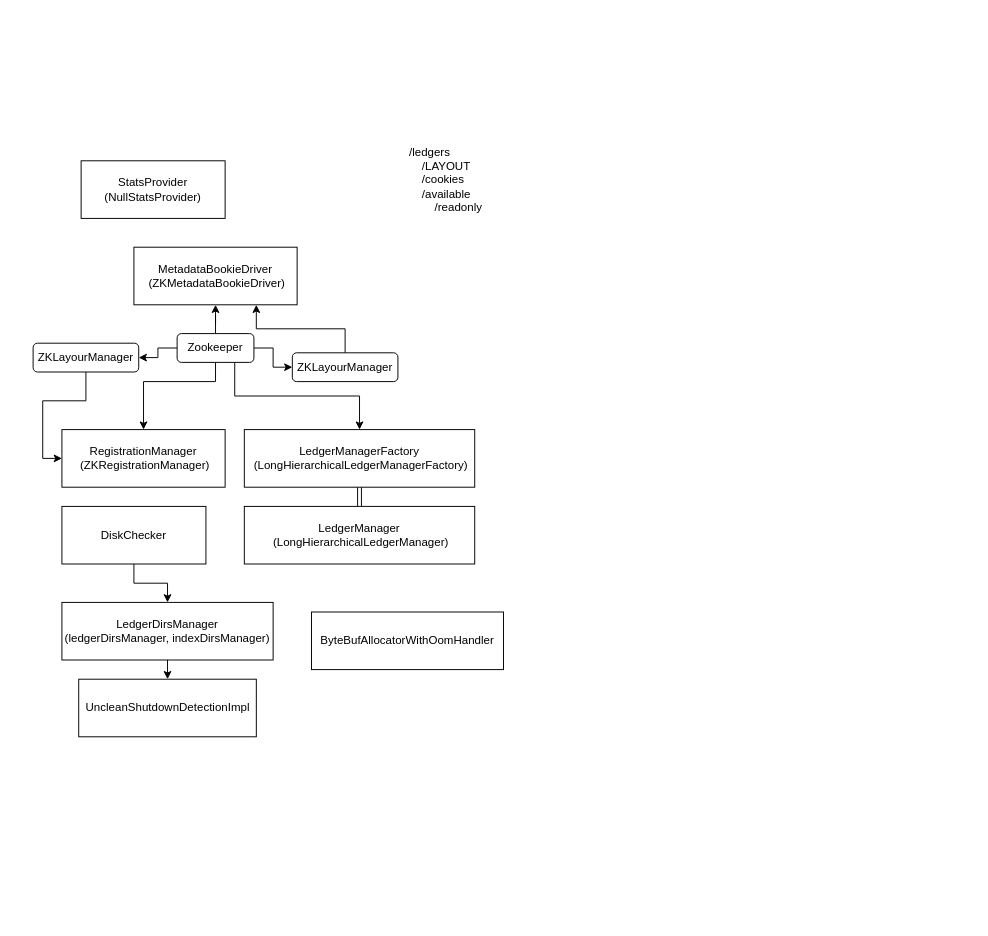
Above: BookieServer.drawio in Reidddddd/drawing (draw.io), before the change. Source tidied: cells renumbered, new cells numbered last; positions are measured from the earlier drawing's top-left corner, leaving out a move shared by most shapes. Both pictures are drawn from the tidied source at 96%, with x=0, y=0 at pixel (33, 16).
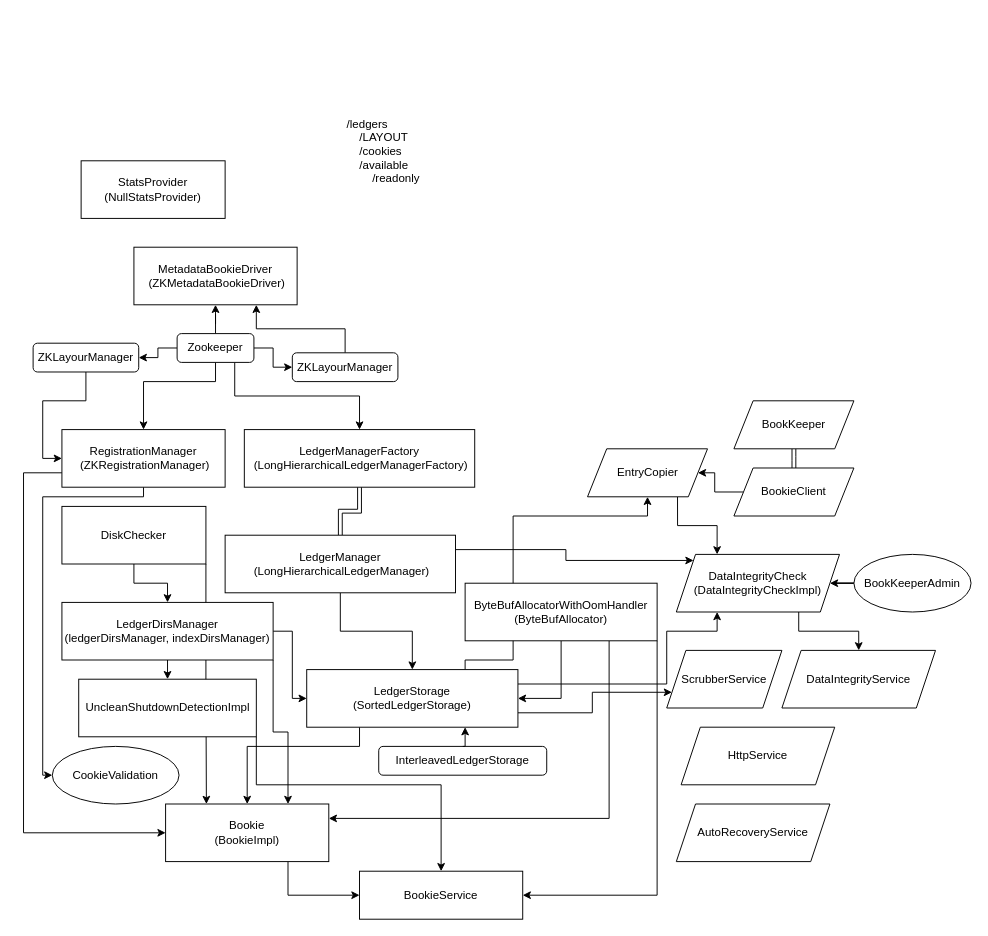
Above is the later version.

The change refers to these unchanged cells:
```xml
<mxCell id="12" value="RegistrationManager&lt;br&gt;&amp;nbsp;(ZKRegistrationManager&lt;span style=&quot;background-color: initial;&quot;&gt;)&lt;/span&gt;" style="rounded=0;whiteSpace=wrap;html=1;" parent="1" vertex="1">
  <mxGeometry x="30" y="430" width="170" height="60" as="geometry" />
</mxCell>
<mxCell id="20" value="DiskChecker" style="rounded=0;whiteSpace=wrap;html=1;" parent="1" vertex="1">
  <mxGeometry x="30" y="510" width="150" height="60" as="geometry" />
</mxCell>
<mxCell id="22" value="LedgerDirsManager&lt;br&gt;(ledgerDirsManager,&amp;nbsp;indexDirsManager&lt;span style=&quot;background-color: initial;&quot;&gt;)&lt;/span&gt;" style="rounded=0;whiteSpace=wrap;html=1;" parent="1" vertex="1">
  <mxGeometry x="30" y="610" width="220" height="60" as="geometry" />
</mxCell>
<mxCell id="24" value="UncleanShutdownDetectionImpl" style="rounded=0;whiteSpace=wrap;html=1;" parent="1" vertex="1">
  <mxGeometry x="47.5" y="690" width="185" height="60" as="geometry" />
</mxCell>
```

Diff of the diagram source:
```diff
@@
+    <mxCell id="25" style="edgeStyle=orthogonalEdgeStyle;rounded=0;jettySize=auto;html=1;exitX=0.75;exitY=1;exitDx=0;exitDy=0;entryX=0.25;entryY=0;entryDx=0;entryDy=0;" parent="1" edge="1" source="54" target="59">
+      <mxGeometry relative="1" as="geometry" />
+    </mxCell>
+    <mxCell id="26" style="edgeStyle=orthogonalEdgeStyle;rounded=0;jettySize=auto;html=1;exitX=1;exitY=0.25;exitDx=0;exitDy=0;entryX=0.25;entryY=1;entryDx=0;entryDy=0;" parent="1" edge="1" source="41" target="59">
+      <mxGeometry relative="1" as="geometry">
+        <Array as="points">
+          <mxPoint x="660" y="695" />
+          <mxPoint x="660" y="640" />
+          <mxPoint x="713" y="640" />
+        </Array>
+      </mxGeometry>
+    </mxCell>
+    <mxCell id="27" style="edgeStyle=orthogonalEdgeStyle;rounded=0;jettySize=auto;html=1;exitX=0.75;exitY=0;exitDx=0;exitDy=0;entryX=0.5;entryY=1;entryDx=0;entryDy=0;" parent="1" edge="1" source="41" target="54">
+      <mxGeometry relative="1" as="geometry">
+        <Array as="points">
+          <mxPoint x="450" y="670" />
+          <mxPoint x="500" y="670" />
+          <mxPoint x="500" y="520" />
+          <mxPoint x="640" y="520" />
+        </Array>
+      </mxGeometry>
+    </mxCell>
@@
+    <mxCell id="28" style="edgeStyle=orthogonalEdgeStyle;rounded=0;jettySize=auto;html=1;exitX=0.5;exitY=1;exitDx=0;exitDy=0;entryX=0;entryY=0.5;entryDx=0;entryDy=0;" parent="1" edge="1" source="12" target="44">
+      <mxGeometry relative="1" as="geometry">
+        <Array as="points">
+          <mxPoint x="115" y="500" />
+          <mxPoint x="10" y="500" />
+          <mxPoint x="10" y="790" />
+        </Array>
+      </mxGeometry>
+    </mxCell>
+    <mxCell id="29" style="edgeStyle=orthogonalEdgeStyle;rounded=0;jettySize=auto;html=1;exitX=0;exitY=0.75;exitDx=0;exitDy=0;entryX=0;entryY=0.5;entryDx=0;entryDy=0;" parent="1" edge="1" source="12" target="46">
+      <mxGeometry relative="1" as="geometry">
+        <Array as="points">
+          <mxPoint x="-10" y="475" />
+          <mxPoint x="-10" y="850" />
+        </Array>
+      </mxGeometry>
+    </mxCell>
@@
     <mxCell id="13" value="/ledgers&lt;br&gt;&lt;span style=&quot;&quot;&gt;&lt;span style=&quot;white-space: pre;&quot;&gt;&amp;nbsp;&amp;nbsp;&amp;nbsp;&amp;nbsp;&lt;/span&gt;&lt;/span&gt;/LAYOUT&lt;br&gt;&lt;span style=&quot;&quot;&gt;&lt;span style=&quot;&quot;&gt;&amp;nbsp;&amp;nbsp;&amp;nbsp;&amp;nbsp;&lt;/span&gt;&lt;/span&gt;/cookies&lt;br&gt;&lt;span style=&quot;&quot;&gt;&lt;span style=&quot;&quot;&gt;&amp;nbsp;&amp;nbsp;&amp;nbsp;&amp;nbsp;&lt;/span&gt;&lt;/span&gt;/available&lt;br&gt;&lt;span style=&quot;&quot;&gt;&lt;span style=&quot;&quot;&gt;&lt;span style=&quot;&quot;&gt;&amp;nbsp;&amp;nbsp;&amp;nbsp;&amp;nbsp;&lt;/span&gt;&lt;/span&gt;&lt;span style=&quot;&quot;&gt;&lt;span style=&quot;&quot;&gt;&amp;nbsp;&amp;nbsp;&amp;nbsp;&amp;nbsp;/&lt;/span&gt;&lt;/span&gt;&lt;/span&gt;readonly" style="text;strokeColor=none;align=left;fillColor=none;html=1;verticalAlign=middle;whiteSpace=wrap;rounded=0;" parent="1" vertex="1">
-      <mxGeometry x="390" width="340" height="340" as="geometry" />
+      <mxGeometry x="325" y="30" width="200" height="220" as="geometry" />
     </mxCell>
@@
+    <mxCell id="30" style="edgeStyle=orthogonalEdgeStyle;rounded=0;jettySize=auto;html=1;exitX=0.5;exitY=1;exitDx=0;exitDy=0;" parent="1" edge="1" source="18" target="41">
+      <mxGeometry relative="1" as="geometry" />
+    </mxCell>
+    <mxCell id="31" style="edgeStyle=orthogonalEdgeStyle;rounded=0;jettySize=auto;html=1;exitX=1;exitY=0.25;exitDx=0;exitDy=0;entryX=0;entryY=0;entryDx=0;entryDy=0;" parent="1" edge="1" source="18" target="59">
+      <mxGeometry relative="1" as="geometry" />
+    </mxCell>
     <mxCell id="18" value="LedgerManager&lt;br&gt;&amp;nbsp;(LongHierarchicalLedgerManager&lt;span style=&quot;background-color: initial;&quot;&gt;)&lt;/span&gt;" style="rounded=0;whiteSpace=wrap;html=1;" parent="1" vertex="1">
-      <mxGeometry x="220" y="510" width="240" height="60" as="geometry" />
+      <mxGeometry x="200" y="540" width="240" height="60" as="geometry" />
     </mxCell>
@@
+    <mxCell id="32" style="edgeStyle=orthogonalEdgeStyle;rounded=0;jettySize=auto;html=1;exitX=1;exitY=1;exitDx=0;exitDy=0;entryX=0.25;entryY=0;entryDx=0;entryDy=0;" parent="1" edge="1" source="20" target="46">
+      <mxGeometry relative="1" as="geometry" />
+    </mxCell>
@@
+    <mxCell id="33" style="edgeStyle=orthogonalEdgeStyle;rounded=0;jettySize=auto;html=1;exitX=1;exitY=0.5;exitDx=0;exitDy=0;entryX=0;entryY=0.5;entryDx=0;entryDy=0;" parent="1" edge="1" source="22" target="41">
+      <mxGeometry relative="1" as="geometry">
+        <Array as="points">
+          <mxPoint x="270" y="640" />
+          <mxPoint x="270" y="710" />
+        </Array>
+      </mxGeometry>
+    </mxCell>
+    <mxCell id="34" style="edgeStyle=orthogonalEdgeStyle;rounded=0;jettySize=auto;html=1;exitX=1;exitY=1;exitDx=0;exitDy=0;entryX=0.75;entryY=0;entryDx=0;entryDy=0;" parent="1" edge="1" source="22" target="46">
+      <mxGeometry relative="1" as="geometry" />
+    </mxCell>
@@
+    <mxCell id="35" style="edgeStyle=orthogonalEdgeStyle;rounded=0;jettySize=auto;html=1;exitX=0.5;exitY=1;exitDx=0;exitDy=0;entryX=1;entryY=0.5;entryDx=0;entryDy=0;" parent="1" edge="1" source="23" target="41">
+      <mxGeometry relative="1" as="geometry">
+        <Array as="points">
+          <mxPoint x="550" y="710" />
+        </Array>
+      </mxGeometry>
+    </mxCell>
+    <mxCell id="36" style="edgeStyle=orthogonalEdgeStyle;rounded=0;jettySize=auto;html=1;exitX=0.75;exitY=1;exitDx=0;exitDy=0;entryX=1;entryY=0.25;entryDx=0;entryDy=0;" parent="1" edge="1" source="23" target="46">
+      <mxGeometry relative="1" as="geometry" />
+    </mxCell>
+    <mxCell id="37" style="edgeStyle=orthogonalEdgeStyle;rounded=0;jettySize=auto;html=1;exitX=1;exitY=1;exitDx=0;exitDy=0;entryX=1;entryY=0.5;entryDx=0;entryDy=0;" parent="1" edge="1" source="23" target="47">
+      <mxGeometry relative="1" as="geometry" />
+    </mxCell>
-    <mxCell id="23" value="ByteBufAllocatorWithOomHandler" style="rounded=0;whiteSpace=wrap;html=1;" parent="1" vertex="1">
-      <mxGeometry x="290" y="620" width="200" height="60" as="geometry" />
+    <mxCell id="23" value="ByteBufAllocatorWithOomHandler&lt;br&gt;(ByteBufAllocator)" style="rounded=0;whiteSpace=wrap;html=1;" parent="1" vertex="1">
+      <mxGeometry x="450" y="590" width="200" height="60" as="geometry" />
     </mxCell>
+    <mxCell id="38" style="edgeStyle=orthogonalEdgeStyle;rounded=0;jettySize=auto;html=1;exitX=1;exitY=1;exitDx=0;exitDy=0;entryX=0.5;entryY=0;entryDx=0;entryDy=0;" parent="1" edge="1" source="24" target="47">
+      <mxGeometry relative="1" as="geometry">
+        <Array as="points">
+          <mxPoint x="233" y="800" />
+          <mxPoint x="425" y="800" />
+        </Array>
+      </mxGeometry>
+    </mxCell>
@@
+    <mxCell id="39" style="edgeStyle=orthogonalEdgeStyle;rounded=0;jettySize=auto;html=1;exitX=0.25;exitY=1;exitDx=0;exitDy=0;entryX=0.5;entryY=0;entryDx=0;entryDy=0;" parent="1" edge="1" source="41" target="46">
+      <mxGeometry relative="1" as="geometry">
+        <Array as="points">
+          <mxPoint x="340" y="760" />
+          <mxPoint x="223" y="760" />
+        </Array>
+      </mxGeometry>
+    </mxCell>
+    <mxCell id="40" style="edgeStyle=orthogonalEdgeStyle;rounded=0;jettySize=auto;html=1;exitX=1;exitY=0.75;exitDx=0;exitDy=0;entryX=0;entryY=0.75;entryDx=0;entryDy=0;" parent="1" edge="1" source="41" target="48">
+      <mxGeometry relative="1" as="geometry" />
+    </mxCell>
+    <mxCell id="41" value="LedgerStorage&lt;br&gt;(SortedLedgerStorage&lt;span style=&quot;background-color: initial;&quot;&gt;)&lt;/span&gt;" style="rounded=0;whiteSpace=wrap;html=1;" parent="1" vertex="1">
+      <mxGeometry x="285" y="680" width="220" height="60" as="geometry" />
+    </mxCell>
+    <mxCell id="42" value="InterleavedLedgerStorage" style="rounded=1;whiteSpace=wrap;html=1;" parent="1" vertex="1">
+      <mxGeometry x="360" y="760" width="175" height="30" as="geometry" />
+    </mxCell>
+    <mxCell id="43" style="edgeStyle=orthogonalEdgeStyle;rounded=0;jettySize=auto;html=1;exitX=0.5;exitY=0;exitDx=0;exitDy=0;entryX=0.75;entryY=1;entryDx=0;entryDy=0;" parent="1" edge="1" source="42" target="41">
+      <mxGeometry relative="1" as="geometry" />
+    </mxCell>
+    <mxCell id="44" value="CookieValidation" style="ellipse;whiteSpace=wrap;html=1;" parent="1" vertex="1">
+      <mxGeometry x="20" y="760" width="132" height="60" as="geometry" />
+    </mxCell>
+    <mxCell id="45" style="edgeStyle=orthogonalEdgeStyle;rounded=0;jettySize=auto;html=1;exitX=0.75;exitY=1;exitDx=0;exitDy=0;entryX=0;entryY=0.5;entryDx=0;entryDy=0;" parent="1" edge="1" source="46" target="47">
+      <mxGeometry relative="1" as="geometry" />
+    </mxCell>
+    <mxCell id="46" value="Bookie&lt;br&gt;(BookieImpl&lt;span style=&quot;background-color: initial;&quot;&gt;)&lt;/span&gt;" style="rounded=0;whiteSpace=wrap;html=1;" parent="1" vertex="1">
+      <mxGeometry x="138" y="820" width="170" height="60" as="geometry" />
+    </mxCell>
+    <mxCell id="47" value="BookieService" style="rounded=0;whiteSpace=wrap;html=1;" parent="1" vertex="1">
+      <mxGeometry x="340" y="890" width="170" height="50" as="geometry" />
+    </mxCell>
+    <mxCell id="48" value="ScrubberService" style="shape=parallelogram;perimeter=parallelogramPerimeter;whiteSpace=wrap;html=1;fixedSize=1;" parent="1" vertex="1">
+      <mxGeometry x="660" y="660" width="120" height="60" as="geometry" />
+    </mxCell>
+    <mxCell id="49" value="AutoRecoveryService" style="shape=parallelogram;perimeter=parallelogramPerimeter;whiteSpace=wrap;html=1;fixedSize=1;" parent="1" vertex="1">
+      <mxGeometry x="670" y="820" width="160" height="60" as="geometry" />
+    </mxCell>
+    <mxCell id="50" value="DataIntegrityService" style="shape=parallelogram;perimeter=parallelogramPerimeter;whiteSpace=wrap;html=1;fixedSize=1;" parent="1" vertex="1">
+      <mxGeometry x="780" y="660" width="160" height="60" as="geometry" />
+    </mxCell>
+    <mxCell id="51" value="HttpService" style="shape=parallelogram;perimeter=parallelogramPerimeter;whiteSpace=wrap;html=1;fixedSize=1;" parent="1" vertex="1">
+      <mxGeometry x="675" y="740" width="160" height="60" as="geometry" />
+    </mxCell>
+    <mxCell id="52" style="edgeStyle=orthogonalEdgeStyle;shape=link;rounded=0;jettySize=auto;html=1;exitX=0.5;exitY=1;exitDx=0;exitDy=0;entryX=0.5;entryY=0;entryDx=0;entryDy=0;entryPerimeter=0;" parent="1" edge="1" source="53" target="56">
+      <mxGeometry relative="1" as="geometry">
+        <Array as="points">
+          <mxPoint x="800.5" y="460" />
+          <mxPoint x="780.5" y="460" />
+        </Array>
+      </mxGeometry>
+    </mxCell>
+    <mxCell id="53" value="BookKeeper" style="shape=parallelogram;perimeter=parallelogramPerimeter;whiteSpace=wrap;html=1;fixedSize=1;" parent="1" vertex="1">
+      <mxGeometry x="730" y="400" width="125" height="50" as="geometry" />
+    </mxCell>
+    <mxCell id="54" value="EntryCopier" style="shape=parallelogram;perimeter=parallelogramPerimeter;whiteSpace=wrap;html=1;fixedSize=1;" parent="1" vertex="1">
+      <mxGeometry x="577.5" y="450" width="125" height="50" as="geometry" />
+    </mxCell>
+    <mxCell id="55" style="edgeStyle=orthogonalEdgeStyle;rounded=0;jettySize=auto;html=1;exitX=0;exitY=0.5;exitDx=0;exitDy=0;entryX=1;entryY=0.5;entryDx=0;entryDy=0;" parent="1" edge="1" source="56" target="54">
+      <mxGeometry relative="1" as="geometry" />
+    </mxCell>
+    <mxCell id="56" value="BookieClient" style="shape=parallelogram;perimeter=parallelogramPerimeter;whiteSpace=wrap;html=1;fixedSize=1;" parent="1" vertex="1">
+      <mxGeometry x="730" y="470" width="125" height="50" as="geometry" />
+    </mxCell>
+    <mxCell id="57" style="edgeStyle=orthogonalEdgeStyle;rounded=0;jettySize=auto;html=1;exitX=0;exitY=0.5;exitDx=0;exitDy=0;" parent="1" edge="1" source="60" target="59">
+      <mxGeometry relative="1" as="geometry" />
+    </mxCell>
+    <mxCell id="58" style="edgeStyle=orthogonalEdgeStyle;rounded=0;jettySize=auto;html=1;exitX=0.75;exitY=1;exitDx=0;exitDy=0;entryX=0.5;entryY=0;entryDx=0;entryDy=0;" parent="1" edge="1" source="59" target="50">
+      <mxGeometry relative="1" as="geometry" />
+    </mxCell>
+    <mxCell id="59" value="DataIntegrityCheck&lt;br&gt;(DataIntegrityCheckImpl)" style="shape=parallelogram;perimeter=parallelogramPerimeter;whiteSpace=wrap;html=1;fixedSize=1;" parent="1" vertex="1">
+      <mxGeometry x="670" y="560" width="170" height="60" as="geometry" />
+    </mxCell>
+    <mxCell id="60" value="BookKeeperAdmin" style="ellipse;whiteSpace=wrap;html=1;" parent="1" vertex="1">
+      <mxGeometry x="855" y="560" width="122" height="60" as="geometry" />
+    </mxCell>
```
